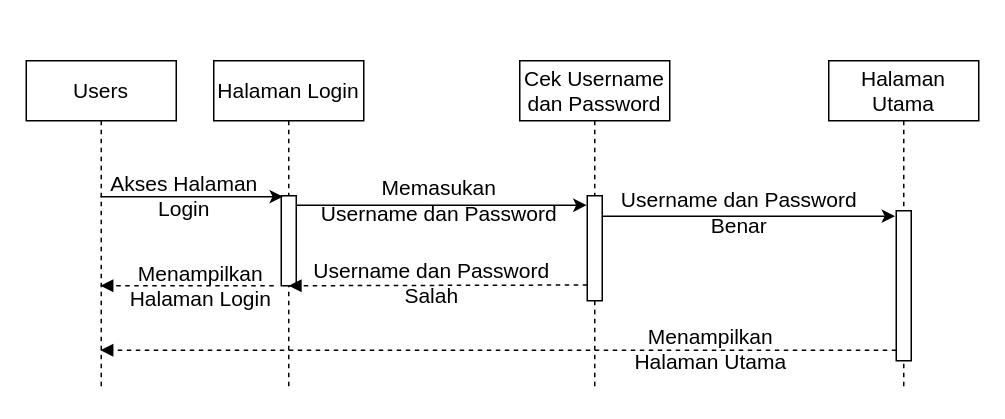
ributwiboworahayu/laporan-TA keeps this draw.io diagram as page "Sequence" (3 of 3) of draw.io/UML-Login.drawio. Above is the earlier version. Source tidied: cells renumbered, new cells numbered last; positions are measured from the earlier drawing's top-left corner, leaving out a move shared by most shapes. Both pictures are drawn from the tidied source at 150%, with x=0, y=0 at pixel (26, 60).
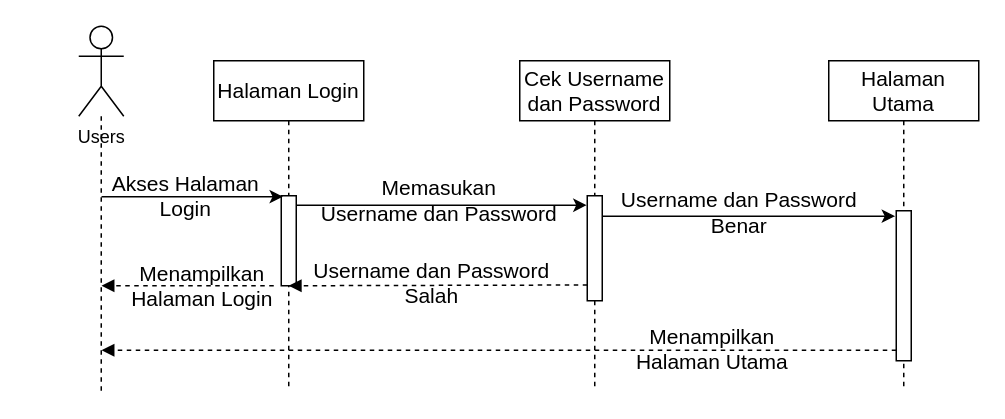
The same diagram, later.

The change refers to these unchanged cells:
```xml
<mxCell id="3" style="html=1;points=[];perimeter=orthogonalPerimeter;fontSize=14;fontColor=#000000;" parent="2" vertex="1">
  <mxGeometry x="45" y="90" width="10" height="60" as="geometry" />
</mxCell>
<mxCell id="16" value="Halaman Utama" style="shape=umlLifeline;perimeter=lifelinePerimeter;whiteSpace=wrap;html=1;fontSize=14;fontColor=#000000;" parent="1" vertex="1">
  <mxGeometry x="535" width="100" height="220" as="geometry" />
</mxCell>
```

Diff of the diagram source:
```diff
@@
-    <mxCell id="4" style="rounded=0;jettySize=auto;html=1;fontSize=14;fontColor=#000000;entryX=0.12;entryY=0.01;entryDx=0;entryDy=0;entryPerimeter=0;" parent="1" edge="1" source="20" target="3">
-      <mxGeometry relative="1" as="geometry" />
+    <mxCell id="4" style="rounded=0;jettySize=auto;html=1;fontSize=14;fontColor=#000000;entryX=0.12;entryY=0.01;entryDx=0;entryDy=0;entryPerimeter=0;" parent="1" edge="1" target="3">
+      <mxGeometry relative="1" as="geometry">
+        <mxPoint x="50.2" y="90.6" as="sourcePoint" />
+      </mxGeometry>
     </mxCell>
@@
-    <mxCell id="8" style="html=1;verticalAlign=bottom;labelBackgroundColor=none;endArrow=block;endFill=1;dashed=1;rounded=0;fontSize=14;fontColor=#000000;" parent="1" edge="1" target="20">
+    <mxCell id="8" style="html=1;verticalAlign=bottom;labelBackgroundColor=none;endArrow=block;endFill=1;dashed=1;rounded=0;fontSize=14;fontColor=#000000;" parent="1" edge="1">
       <mxGeometry relative="1" as="geometry">
         <mxPoint x="165" y="150" as="sourcePoint" />
+        <mxPoint x="50.2" y="150" as="targetPoint" />
       </mxGeometry>
     </mxCell>
@@
-    <mxCell id="18" style="html=1;verticalAlign=bottom;labelBackgroundColor=none;endArrow=block;endFill=1;dashed=1;rounded=0;fontSize=14;fontColor=#000000;" parent="16" edge="1" target="20">
+    <mxCell id="18" style="html=1;verticalAlign=bottom;labelBackgroundColor=none;endArrow=block;endFill=1;dashed=1;rounded=0;fontSize=14;fontColor=#000000;" parent="16" edge="1">
       <mxGeometry relative="1" as="geometry">
         <mxPoint x="45" y="193" as="sourcePoint" />
+        <mxPoint x="-484.8" y="193" as="targetPoint" />
       </mxGeometry>
     </mxCell>
@@
+    <mxCell id="21" style="endArrow=none;dashed=1;html=1;rounded=0;fontSize=12;" parent="1" edge="1" target="20">
+      <mxGeometry relative="1" as="geometry">
+        <mxPoint x="50" y="220" as="sourcePoint" />
+      </mxGeometry>
+    </mxCell>
-    <mxCell id="20" value="Users" style="shape=umlLifeline;perimeter=lifelinePerimeter;whiteSpace=wrap;html=1;outlineConnect=0;fontSize=14;fontColor=#000000;" parent="1" vertex="1">
-      <mxGeometry width="100" height="220" as="geometry" />
+    <mxCell id="20" value="Users" style="shape=umlActor;verticalLabelPosition=bottom;verticalAlign=top;html=1;outlineConnect=0;fontSize=12;" parent="1" vertex="1">
+      <mxGeometry x="35" y="-23" width="30" height="60" as="geometry" />
     </mxCell>
```
